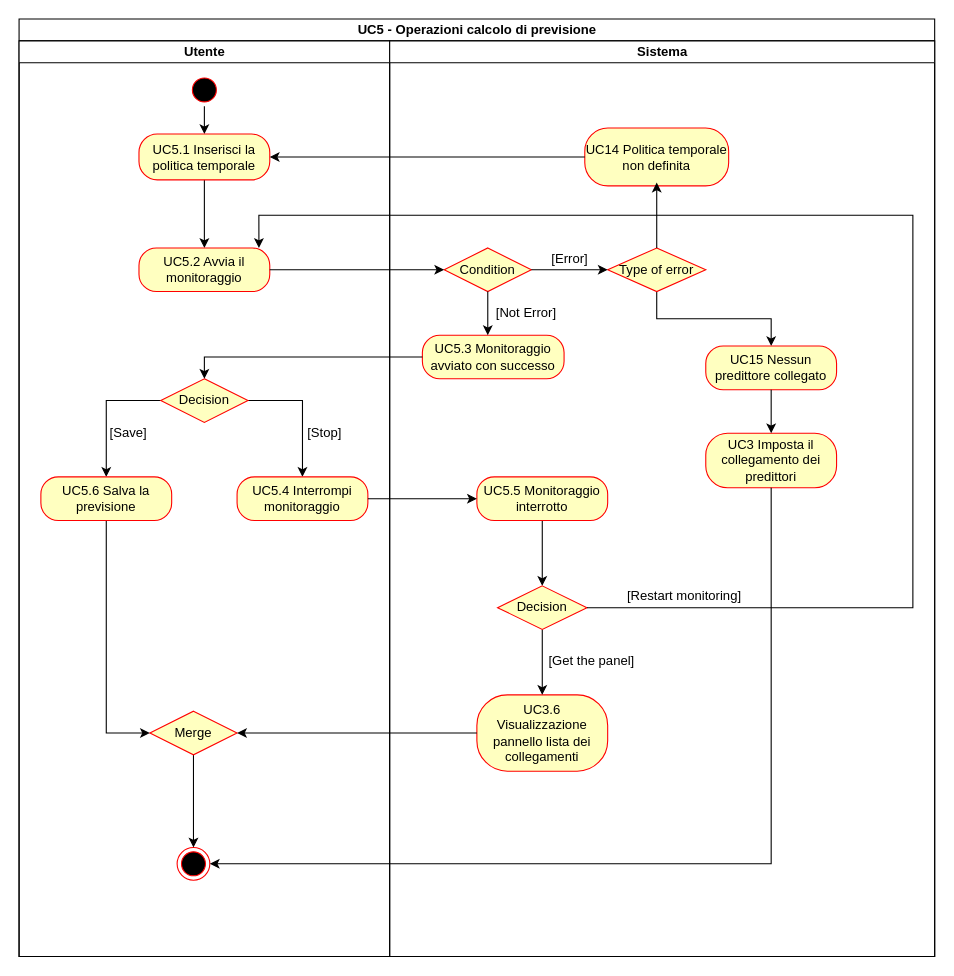
This is Diagrams/Activity_diagrams/uc5.drawio from teamafkSWE/PredireInGrafana-docs, a draw.io file, before an edit. Source tidied: cells renumbered, new cells numbered last; positions are measured from the earlier drawing's top-left corner, leaving out a move shared by most shapes. Both pictures are drawn from the tidied source at 109%, with x=0, y=0 at pixel (19, 19).
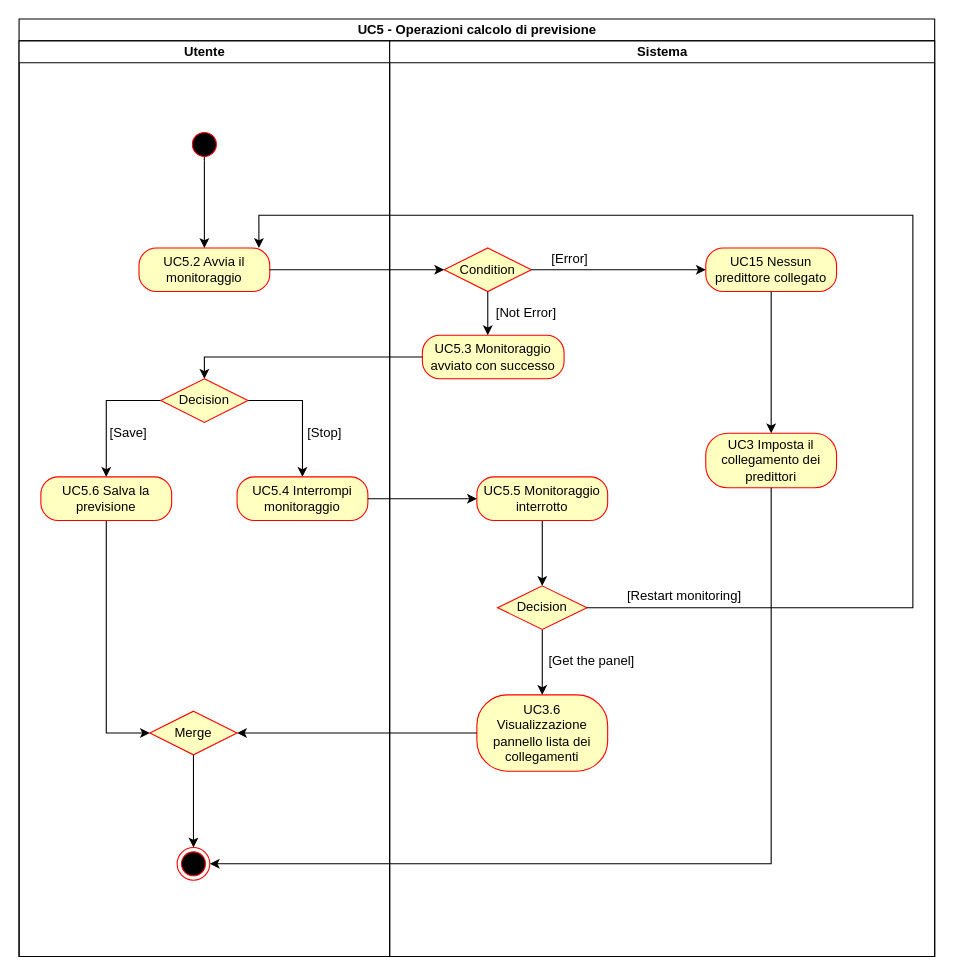
Above is the later version.

Unchanged cells that the change refers to:
```xml
<mxCell id="2" value="UC5 - Operazioni calcolo di previsione" style="swimlane;html=1;startSize=20;" parent="1" vertex="1">
  <mxGeometry width="840" height="860" as="geometry" />
</mxCell>
<mxCell id="3" value="Utente" style="swimlane;html=1;startSize=20;" parent="2" vertex="1">
  <mxGeometry y="20" width="340" height="840" as="geometry" />
</mxCell>
<mxCell id="13" value="UC5.2 Avvia il monitoraggio" style="rounded=1;whiteSpace=wrap;html=1;arcSize=40;fontColor=#000000;fillColor=#ffffc0;strokeColor=#ff0000;" parent="3" vertex="1">
  <mxGeometry x="110" y="190" width="120" height="40" as="geometry" />
</mxCell>
<mxCell id="20" value="Sistema" style="swimlane;html=1;startSize=20;" parent="2" vertex="1">
  <mxGeometry x="340" y="20" width="500" height="840" as="geometry" />
</mxCell>
<mxCell id="21" value="Condition" style="rhombus;whiteSpace=wrap;html=1;fillColor=#ffffc0;strokeColor=#ff0000;" parent="20" vertex="1">
  <mxGeometry x="50" y="190" width="80" height="40" as="geometry" />
</mxCell>
```

What changed in the source:
```diff
@@
-    <mxCell id="4" style="edgeStyle=orthogonalEdgeStyle;rounded=0;jettySize=auto;html=1;exitX=0.5;exitY=1;exitDx=0;exitDy=0;" parent="3" edge="1" source="17" target="16">
-      <mxGeometry relative="1" as="geometry" />
+    <mxCell id="4" style="edgeStyle=orthogonalEdgeStyle;rounded=0;jettySize=auto;html=1;exitX=0.5;exitY=1;exitDx=0;exitDy=0;" parent="3" edge="1" source="17">
+      <mxGeometry relative="1" as="geometry">
+        <mxPoint x="170" y="85.5" as="targetPoint" />
+      </mxGeometry>
     </mxCell>
@@
-    <mxCell id="12" style="edgeStyle=orthogonalEdgeStyle;rounded=0;jettySize=auto;html=1;exitX=0.5;exitY=1;exitDx=0;exitDy=0;" parent="3" edge="1" source="16" target="13">
-      <mxGeometry relative="1" as="geometry" />
-    </mxCell>
@@
-    <mxCell id="16" value="UC5.1 Inserisci la politica temporale" style="rounded=1;whiteSpace=wrap;html=1;arcSize=40;fontColor=#000000;fillColor=#ffffc0;strokeColor=#ff0000;" parent="3" vertex="1">
-      <mxGeometry x="110" y="85.5" width="120" height="42" as="geometry" />
-    </mxCell>
+    <mxCell id="48" style="edgeStyle=orthogonalEdgeStyle;rounded=0;jettySize=auto;html=1;exitX=0.5;exitY=1;exitDx=0;exitDy=0;entryX=0.5;entryY=0;entryDx=0;entryDy=0;" parent="3" edge="1" source="17" target="13">
+      <mxGeometry relative="1" as="geometry" />
+    </mxCell>
     <mxCell id="17" style="ellipse;html=1;shape=startState;fillColor=#000000;strokeColor=#ff0000;" parent="3" vertex="1">
-      <mxGeometry x="155" y="30" width="30" height="30" as="geometry" />
+      <mxGeometry x="155" y="80" width="30" height="30" as="geometry" />
     </mxCell>
@@
-    <mxCell id="30" style="edgeStyle=orthogonalEdgeStyle;rounded=0;jettySize=auto;html=1;exitX=0.5;exitY=1;exitDx=0;exitDy=0;entryX=0.5;entryY=0;entryDx=0;entryDy=0;" parent="20" edge="1" source="32" target="35">
-      <mxGeometry relative="1" as="geometry" />
-    </mxCell>
@@
-    <mxCell id="32" value="Type of error" style="rhombus;whiteSpace=wrap;html=1;fillColor=#ffffc0;strokeColor=#ff0000;" parent="20" vertex="1">
-      <mxGeometry x="200" y="190" width="90" height="40" as="geometry" />
-    </mxCell>
-    <mxCell id="33" value="UC14 Politica temporale non definita" style="rounded=1;whiteSpace=wrap;html=1;arcSize=40;fontColor=#000000;fillColor=#ffffc0;strokeColor=#ff0000;" parent="20" vertex="1">
-      <mxGeometry x="179" y="80" width="132" height="53" as="geometry" />
-    </mxCell>
@@
     <mxCell id="35" value="UC15 Nessun predittore collegato" style="rounded=1;whiteSpace=wrap;html=1;arcSize=40;fontColor=#000000;fillColor=#ffffc0;strokeColor=#ff0000;" parent="20" vertex="1">
-      <mxGeometry x="290" y="280" width="120" height="40" as="geometry" />
+      <mxGeometry x="290" y="190" width="120" height="40" as="geometry" />
     </mxCell>
@@
+    <mxCell id="45" style="edgeStyle=orthogonalEdgeStyle;rounded=0;jettySize=auto;html=1;exitX=1;exitY=0.5;exitDx=0;exitDy=0;entryX=0;entryY=0.5;entryDx=0;entryDy=0;" parent="20" edge="1" source="21" target="35">
+      <mxGeometry relative="1" as="geometry" />
+    </mxCell>
@@
-    <mxCell id="40" style="edgeStyle=orthogonalEdgeStyle;rounded=0;jettySize=auto;html=1;exitX=0;exitY=0.5;exitDx=0;exitDy=0;entryX=1;entryY=0.5;entryDx=0;entryDy=0;" parent="2" edge="1" source="33" target="16">
-      <mxGeometry relative="1" as="geometry" />
-    </mxCell>
@@
-    <mxCell id="45" style="edgeStyle=orthogonalEdgeStyle;rounded=0;jettySize=auto;html=1;exitX=1;exitY=0.5;exitDx=0;exitDy=0;" parent="1" edge="1" source="21">
-      <mxGeometry relative="1" as="geometry">
-        <mxPoint x="540" y="230" as="targetPoint" />
-      </mxGeometry>
-    </mxCell>
@@
-    <mxCell id="47" style="edgeStyle=orthogonalEdgeStyle;rounded=0;jettySize=auto;html=1;exitX=0.5;exitY=0;exitDx=0;exitDy=0;" parent="1" edge="1" source="32">
-      <mxGeometry relative="1" as="geometry">
-        <mxPoint x="585" y="150" as="targetPoint" />
-      </mxGeometry>
-    </mxCell>
```
